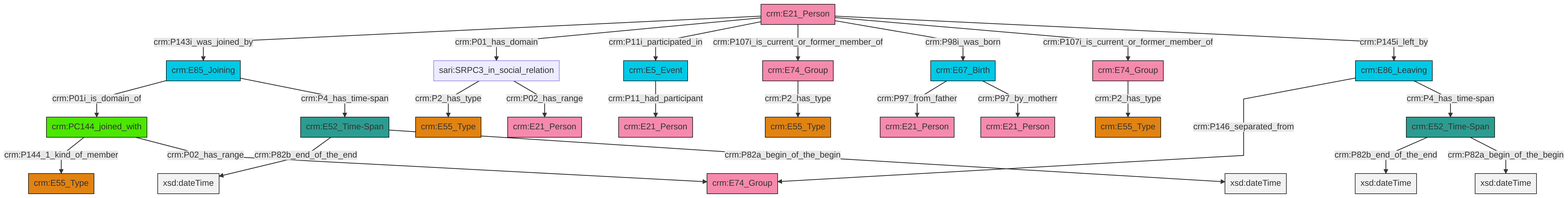
The Mermaid diagram et/personCSV/ttl/mmd/png/Person_Actor_Relations.png in swiss-art-research-net/docs.swissartresearch, before a commit. Its source is kept beside it as et/personCSV/ttl/mmd/Person_Actor_Relations.ttl.mmd. Source of this version:
```mermaid
graph TD
classDef Literal fill:#f2f2f2,stroke:#000000;
classDef CRM_Entity fill:#FFFFFF,stroke:#000000;
classDef Temporal_Entity fill:#00C9E6, stroke:#000000;
classDef Type fill:#E18312, stroke:#000000;
classDef Time-Span fill:#2C9C91, stroke:#000000;
classDef Appellation fill:#FFEB7F, stroke:#000000;
classDef Place fill:#008836, stroke:#000000;
classDef Persistent_Item fill:#B266B2, stroke:#000000;
classDef Conceptual_Object fill:#FFD700, stroke:#000000;
classDef Physical_Thing fill:#D2B48C, stroke:#000000;
classDef Actor fill:#f58aad, stroke:#000000;
classDef PC_Classes fill:#4ce600, stroke:#000000;
classDef Multi fill:#cccccc,stroke:#000000;

0["sari:SRPC3_in_social_relation"]:::Default -->|crm:P2_has_type| 1["crm:E55_Type"]:::Type
5["crm:E86_Leaving"]:::Temporal_Entity -->|crm:P146_separated_from| 6["crm:E74_Group"]:::Actor
10["crm:E85_Joining"]:::Temporal_Entity -->|crm:P01i_is_domain_of| 11["crm:PC144_joined_with"]:::PC_Classes
12["crm:E21_Person"]:::Actor -->|crm:P143i_was_joined_by| 10["crm:E85_Joining"]:::Temporal_Entity
11["crm:PC144_joined_with"]:::PC_Classes -->|crm:P144_1_kind_of_member| 8["crm:E55_Type"]:::Type
12["crm:E21_Person"]:::Actor -->|crm:P01_has_domain| 0["sari:SRPC3_in_social_relation"]:::Default
17["crm:E52_Time-Span"]:::Time-Span -->|crm:P82b_end_of_the_end| 18[xsd:dateTime]:::Literal
23["crm:E52_Time-Span"]:::Time-Span -->|crm:P82b_end_of_the_end| 24[xsd:dateTime]:::Literal
5["crm:E86_Leaving"]:::Temporal_Entity -->|crm:P4_has_time-span| 23["crm:E52_Time-Span"]:::Time-Span
29["crm:E74_Group"]:::Actor -->|crm:P2_has_type| 13["crm:E55_Type"]:::Type
10["crm:E85_Joining"]:::Temporal_Entity -->|crm:P4_has_time-span| 17["crm:E52_Time-Span"]:::Time-Span
23["crm:E52_Time-Span"]:::Time-Span -->|crm:P82a_begin_of_the_begin| 30[xsd:dateTime]:::Literal
32["crm:E74_Group"]:::Actor -->|crm:P2_has_type| 15["crm:E55_Type"]:::Type
12["crm:E21_Person"]:::Actor -->|crm:P11i_participated_in| 19["crm:E5_Event"]:::Temporal_Entity
12["crm:E21_Person"]:::Actor -->|crm:P107i_is_current_or_former_member_of| 29["crm:E74_Group"]:::Actor
19["crm:E5_Event"]:::Temporal_Entity -->|crm:P11_had_participant| 3["crm:E21_Person"]:::Actor
0["sari:SRPC3_in_social_relation"]:::Default -->|crm:P02_has_range| 25["crm:E21_Person"]:::Actor
21["crm:E67_Birth"]:::Temporal_Entity -->|crm:P97_from_father| 35["crm:E21_Person"]:::Actor
21["crm:E67_Birth"]:::Temporal_Entity -->|crm:P97_by_motherr| 41["crm:E21_Person"]:::Actor
12["crm:E21_Person"]:::Actor -->|crm:P98i_was_born| 21["crm:E67_Birth"]:::Temporal_Entity
12["crm:E21_Person"]:::Actor -->|crm:P107i_is_current_or_former_member_of| 32["crm:E74_Group"]:::Actor
12["crm:E21_Person"]:::Actor -->|crm:P145i_left_by| 5["crm:E86_Leaving"]:::Temporal_Entity
17["crm:E52_Time-Span"]:::Time-Span -->|crm:P82a_begin_of_the_begin| 45[xsd:dateTime]:::Literal
11["crm:PC144_joined_with"]:::PC_Classes -->|crm:P02_has_range| 6["crm:E74_Group"]:::Actor
```
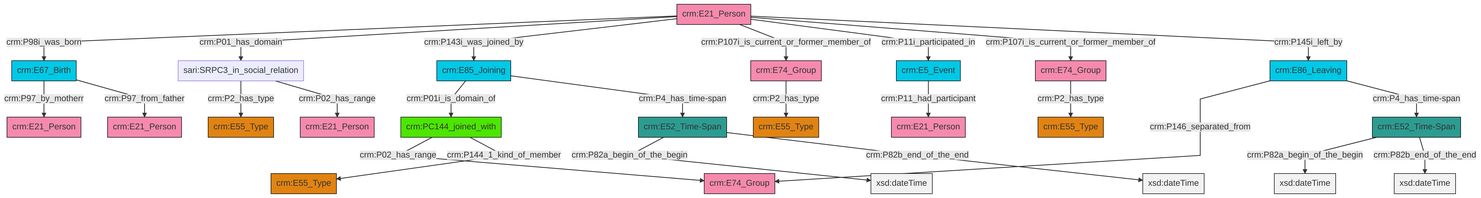
Above is the later version.

Change to the diagram source:
```diff
@@ -13,27 +13,27 @@
 classDef PC_Classes fill:#4ce600, stroke:#000000;
 classDef Multi fill:#cccccc,stroke:#000000;
 
-0["sari:SRPC3_in_social_relation"]:::Default -->|crm:P2_has_type| 1["crm:E55_Type"]:::Type
-5["crm:E86_Leaving"]:::Temporal_Entity -->|crm:P146_separated_from| 6["crm:E74_Group"]:::Actor
-10["crm:E85_Joining"]:::Temporal_Entity -->|crm:P01i_is_domain_of| 11["crm:PC144_joined_with"]:::PC_Classes
-12["crm:E21_Person"]:::Actor -->|crm:P143i_was_joined_by| 10["crm:E85_Joining"]:::Temporal_Entity
-11["crm:PC144_joined_with"]:::PC_Classes -->|crm:P144_1_kind_of_member| 8["crm:E55_Type"]:::Type
-12["crm:E21_Person"]:::Actor -->|crm:P01_has_domain| 0["sari:SRPC3_in_social_relation"]:::Default
-17["crm:E52_Time-Span"]:::Time-Span -->|crm:P82b_end_of_the_end| 18[xsd:dateTime]:::Literal
-23["crm:E52_Time-Span"]:::Time-Span -->|crm:P82b_end_of_the_end| 24[xsd:dateTime]:::Literal
-5["crm:E86_Leaving"]:::Temporal_Entity -->|crm:P4_has_time-span| 23["crm:E52_Time-Span"]:::Time-Span
-29["crm:E74_Group"]:::Actor -->|crm:P2_has_type| 13["crm:E55_Type"]:::Type
-10["crm:E85_Joining"]:::Temporal_Entity -->|crm:P4_has_time-span| 17["crm:E52_Time-Span"]:::Time-Span
-23["crm:E52_Time-Span"]:::Time-Span -->|crm:P82a_begin_of_the_begin| 30[xsd:dateTime]:::Literal
-32["crm:E74_Group"]:::Actor -->|crm:P2_has_type| 15["crm:E55_Type"]:::Type
-12["crm:E21_Person"]:::Actor -->|crm:P11i_participated_in| 19["crm:E5_Event"]:::Temporal_Entity
-12["crm:E21_Person"]:::Actor -->|crm:P107i_is_current_or_former_member_of| 29["crm:E74_Group"]:::Actor
-19["crm:E5_Event"]:::Temporal_Entity -->|crm:P11_had_participant| 3["crm:E21_Person"]:::Actor
-0["sari:SRPC3_in_social_relation"]:::Default -->|crm:P02_has_range| 25["crm:E21_Person"]:::Actor
-21["crm:E67_Birth"]:::Temporal_Entity -->|crm:P97_from_father| 35["crm:E21_Person"]:::Actor
-21["crm:E67_Birth"]:::Temporal_Entity -->|crm:P97_by_motherr| 41["crm:E21_Person"]:::Actor
-12["crm:E21_Person"]:::Actor -->|crm:P98i_was_born| 21["crm:E67_Birth"]:::Temporal_Entity
-12["crm:E21_Person"]:::Actor -->|crm:P107i_is_current_or_former_member_of| 32["crm:E74_Group"]:::Actor
-12["crm:E21_Person"]:::Actor -->|crm:P145i_left_by| 5["crm:E86_Leaving"]:::Temporal_Entity
-17["crm:E52_Time-Span"]:::Time-Span -->|crm:P82a_begin_of_the_begin| 45[xsd:dateTime]:::Literal
-11["crm:PC144_joined_with"]:::PC_Classes -->|crm:P02_has_range| 6["crm:E74_Group"]:::Actor
+2["crm:PC144_joined_with"]:::PC_Classes -->|crm:P02_has_range| 0["crm:E74_Group"]:::Actor
+5["crm:E5_Event"]:::Temporal_Entity -->|crm:P11_had_participant| 6["crm:E21_Person"]:::Actor
+8["crm:E86_Leaving"]:::Temporal_Entity -->|crm:P146_separated_from| 0["crm:E74_Group"]:::Actor
+10["crm:E85_Joining"]:::Temporal_Entity -->|crm:P01i_is_domain_of| 2["crm:PC144_joined_with"]:::PC_Classes
+2["crm:PC144_joined_with"]:::PC_Classes -->|crm:P144_1_kind_of_member| 3["crm:E55_Type"]:::Type
+11["crm:E74_Group"]:::Actor -->|crm:P2_has_type| 12["crm:E55_Type"]:::Type
+13["crm:E21_Person"]:::Actor -->|crm:P98i_was_born| 14["crm:E67_Birth"]:::Temporal_Entity
+16["sari:SRPC3_in_social_relation"]:::Default -->|crm:P2_has_type| 17["crm:E55_Type"]:::Type
+14["crm:E67_Birth"]:::Temporal_Entity -->|crm:P97_by_motherr| 22["crm:E21_Person"]:::Actor
+23["crm:E52_Time-Span"]:::Time-Span -->|crm:P82a_begin_of_the_begin| 24[xsd:dateTime]:::Literal
+13["crm:E21_Person"]:::Actor -->|crm:P01_has_domain| 16["sari:SRPC3_in_social_relation"]:::Default
+13["crm:E21_Person"]:::Actor -->|crm:P143i_was_joined_by| 10["crm:E85_Joining"]:::Temporal_Entity
+16["sari:SRPC3_in_social_relation"]:::Default -->|crm:P02_has_range| 29["crm:E21_Person"]:::Actor
+13["crm:E21_Person"]:::Actor -->|crm:P107i_is_current_or_former_member_of| 11["crm:E74_Group"]:::Actor
+8["crm:E86_Leaving"]:::Temporal_Entity -->|crm:P4_has_time-span| 23["crm:E52_Time-Span"]:::Time-Span
+20["crm:E52_Time-Span"]:::Time-Span -->|crm:P82a_begin_of_the_begin| 32[xsd:dateTime]:::Literal
+20["crm:E52_Time-Span"]:::Time-Span -->|crm:P82b_end_of_the_end| 34[xsd:dateTime]:::Literal
+14["crm:E67_Birth"]:::Temporal_Entity -->|crm:P97_from_father| 38["crm:E21_Person"]:::Actor
+40["crm:E74_Group"]:::Actor -->|crm:P2_has_type| 26["crm:E55_Type"]:::Type
+13["crm:E21_Person"]:::Actor -->|crm:P11i_participated_in| 5["crm:E5_Event"]:::Temporal_Entity
+13["crm:E21_Person"]:::Actor -->|crm:P107i_is_current_or_former_member_of| 40["crm:E74_Group"]:::Actor
+10["crm:E85_Joining"]:::Temporal_Entity -->|crm:P4_has_time-span| 20["crm:E52_Time-Span"]:::Time-Span
+13["crm:E21_Person"]:::Actor -->|crm:P145i_left_by| 8["crm:E86_Leaving"]:::Temporal_Entity
+23["crm:E52_Time-Span"]:::Time-Span -->|crm:P82b_end_of_the_end| 46[xsd:dateTime]:::Literal
```
